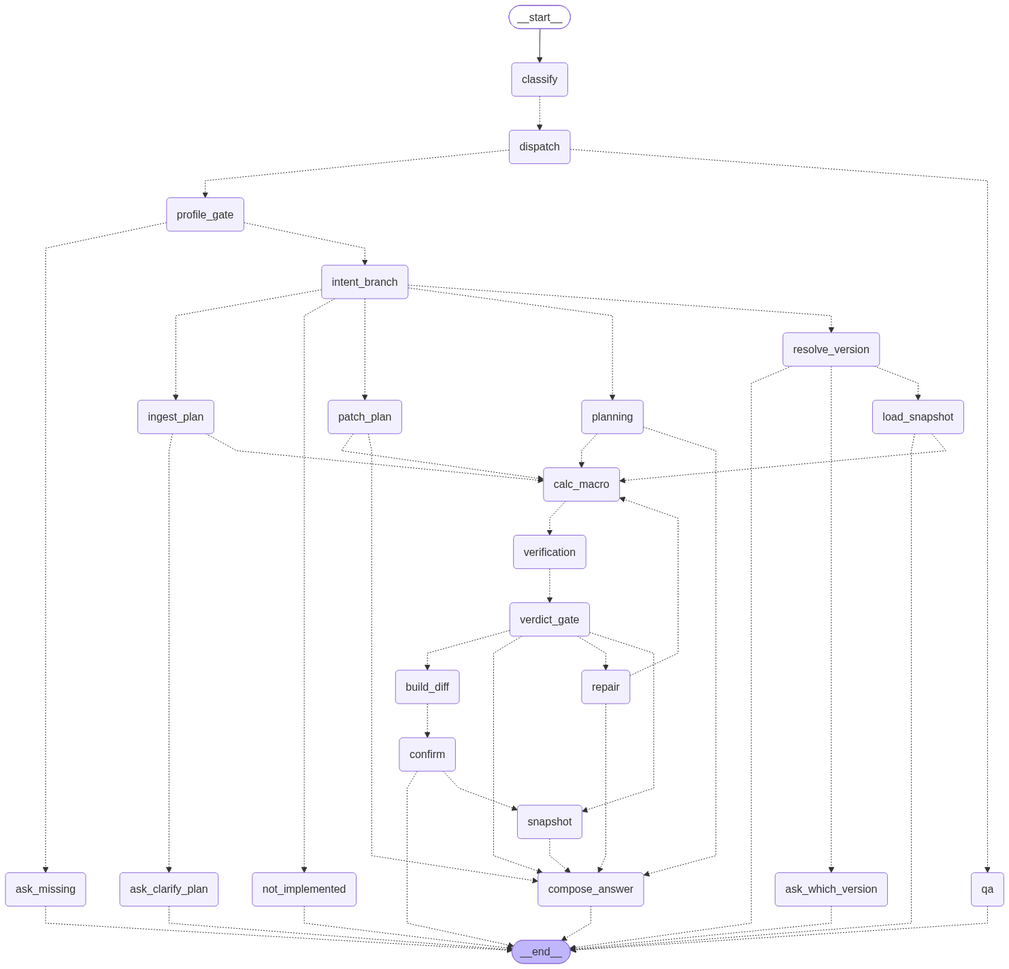
Before: docs/diagrams/root.png, a diagram exported from Mermaid (hoanhoang-agilityio/Assistant-Learning). Its source is kept beside it as docs/diagrams/root.mmd.
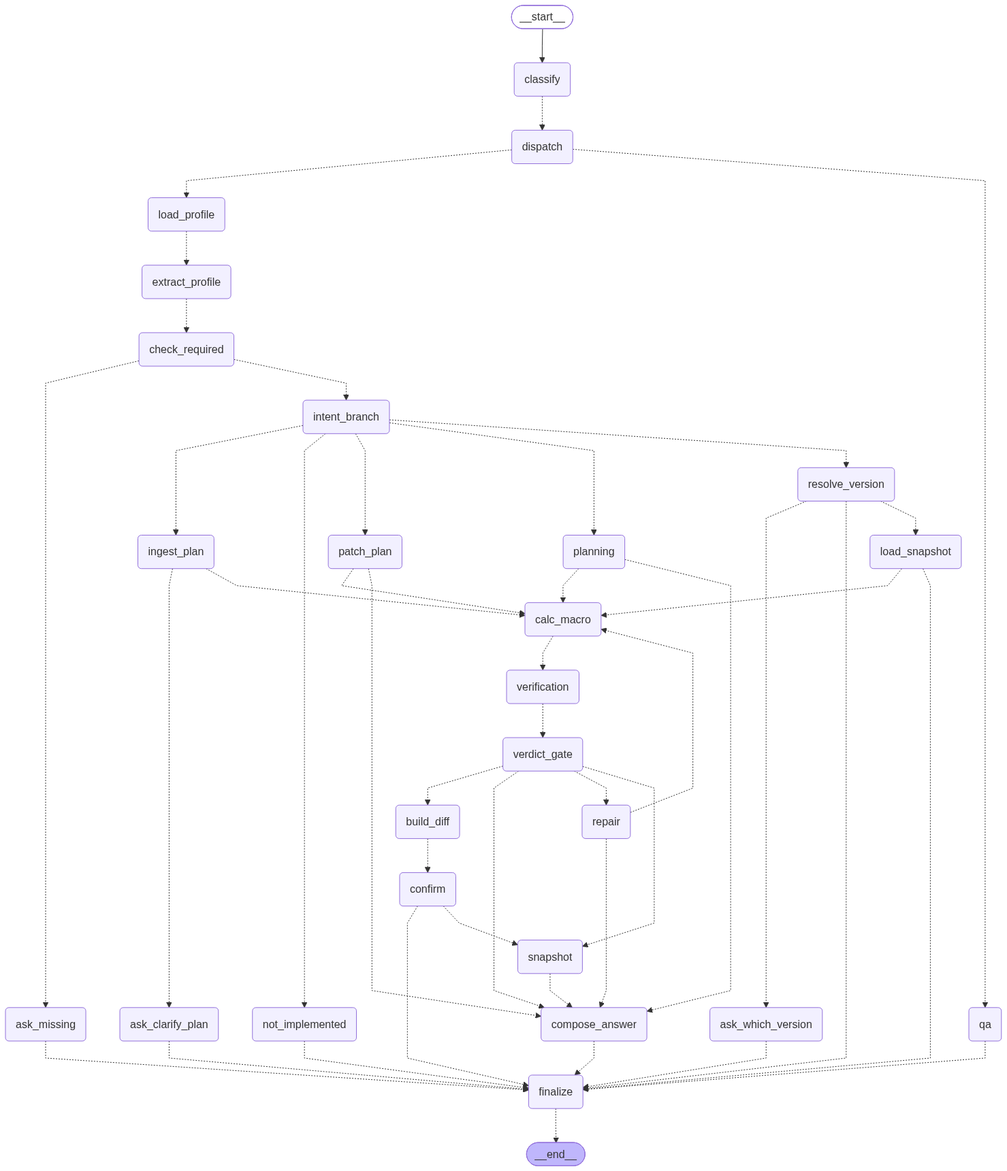
After the change.

Change to the diagram source:
```diff
@@ -8,7 +8,9 @@
 	classify(classify)
 	dispatch(dispatch)
 	qa(qa)
-	profile_gate(profile_gate)
+	load_profile(load_profile)
+	extract_profile(extract_profile)
+	check_required(check_required)
 	ask_missing(ask_missing)
 	intent_branch(intent_branch)
 	ingest_plan(ingest_plan)
@@ -27,19 +29,24 @@
 	confirm(confirm)
 	snapshot(snapshot)
 	compose_answer(compose_answer)
+	finalize(finalize)
 	__end__([<p>__end__</p>]):::last
 	__start__ --> classify;
-	ask_clarify_plan -.-> __end__;
-	ask_missing -.-> __end__;
-	ask_which_version -.-> __end__;
+	ask_clarify_plan -.-> finalize;
+	ask_missing -.-> finalize;
+	ask_which_version -.-> finalize;
 	build_diff -.-> confirm;
 	calc_macro -.-> verification;
+	check_required -.-> ask_missing;
+	check_required -.-> intent_branch;
 	classify -.-> dispatch;
-	compose_answer -.-> __end__;
-	confirm -.-> __end__;
+	compose_answer -.-> finalize;
+	confirm -.-> finalize;
 	confirm -.-> snapshot;
-	dispatch -.-> profile_gate;
+	dispatch -.-> load_profile;
 	dispatch -.-> qa;
+	extract_profile -.-> check_required;
+	finalize -.-> __end__;
 	ingest_plan -.-> ask_clarify_plan;
 	ingest_plan -.-> calc_macro;
 	intent_branch -.-> ingest_plan;
@@ -47,20 +54,19 @@
 	intent_branch -.-> patch_plan;
 	intent_branch -.-> planning;
 	intent_branch -.-> resolve_version;
-	load_snapshot -.-> __end__;
+	load_profile -.-> extract_profile;
 	load_snapshot -.-> calc_macro;
-	not_implemented -.-> __end__;
+	load_snapshot -.-> finalize;
+	not_implemented -.-> finalize;
 	patch_plan -.-> calc_macro;
 	patch_plan -.-> compose_answer;
 	planning -.-> calc_macro;
 	planning -.-> compose_answer;
-	profile_gate -.-> ask_missing;
-	profile_gate -.-> intent_branch;
-	qa -.-> __end__;
+	qa -.-> finalize;
 	repair -.-> calc_macro;
 	repair -.-> compose_answer;
-	resolve_version -.-> __end__;
 	resolve_version -.-> ask_which_version;
+	resolve_version -.-> finalize;
 	resolve_version -.-> load_snapshot;
 	snapshot -.-> compose_answer;
 	verdict_gate -.-> build_diff;
```
